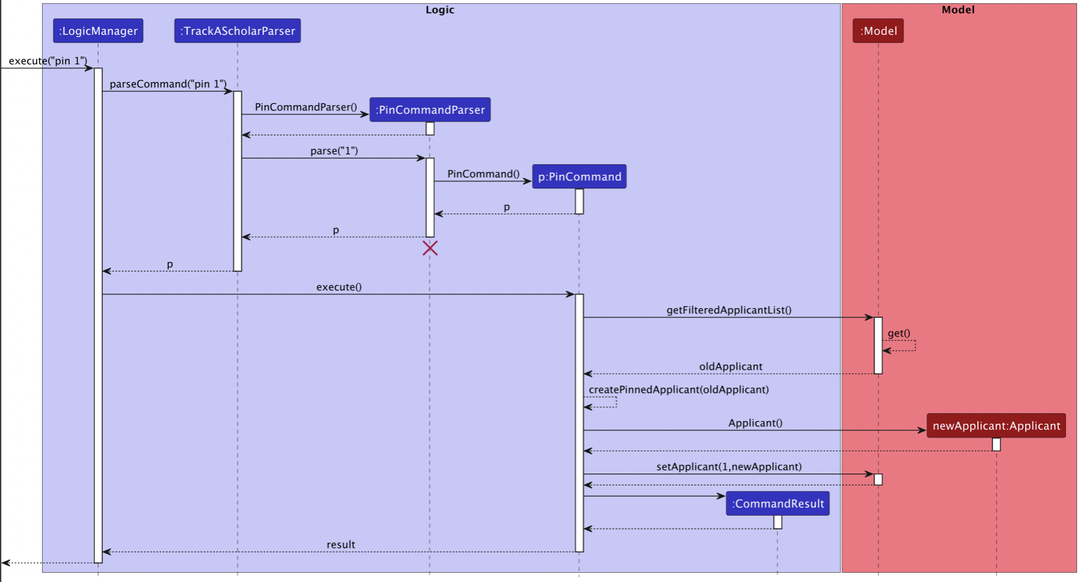
This is docs/images/PinSequenceDiagram.png from nus-cs2103-AY2223S1/tp, a PlantUML export, as it was before one commit. Its source is kept beside it as docs/diagrams/PinSequenceDiagram.puml. The source it was exported from:
```plantuml
@startuml
!include style.puml

box Logic LOGIC_COLOR_T1
participant ":LogicManager" as LogicManager LOGIC_COLOR
participant ":TrackAScholarParser" as TrackAScholarParser LOGIC_COLOR
participant ":PinCommandParser" as PinCommandParser LOGIC_COLOR
participant "p:PinCommand" as PinCommand LOGIC_COLOR
participant ":CommandResult" as CommandResult LOGIC_COLOR
end box

box Model MODEL_COLOR_T1
participant ":Model" as Model MODEL_COLOR
participant "newApplicant:Applicant" as Applicant MODEL_COLOR
end box

[-> LogicManager : execute("pin 1")
activate LogicManager

LogicManager -> TrackAScholarParser : parseCommand("pin 1")
activate TrackAScholarParser

create PinCommandParser
TrackAScholarParser -> PinCommandParser: PinCommandParser()
activate PinCommandParser

PinCommandParser --> TrackAScholarParser
deactivate PinCommandParser

TrackAScholarParser -> PinCommandParser : parse("1")
activate PinCommandParser

create PinCommand
PinCommandParser -> PinCommand : PinCommand()
activate PinCommand

PinCommand --> PinCommandParser : p
deactivate PinCommand

PinCommandParser --> TrackAScholarParser : p
deactivate PinCommandParser
PinCommandParser -[hidden]-> TrackAScholarParser
destroy PinCommandParser

TrackAScholarParser --> LogicManager : p
deactivate TrackAScholarParser

LogicManager -> PinCommand : execute()
activate PinCommand

PinCommand -> Model : getFilteredApplicantList()
activate Model
Model --> Model : get()
Model --> PinCommand : oldApplicant
deactivate Model

PinCommand --> PinCommand : createPinnedApplicant(oldApplicant)

create Applicant
PinCommand -> Applicant : Applicant()
activate Applicant

Applicant --> PinCommand
deactivate Applicant

PinCommand -> Model : setApplicant(1,newApplicant)
activate Model

Model --> PinCommand
deactivate Model

create CommandResult
PinCommand -> CommandResult
activate CommandResult

CommandResult --> PinCommand
deactivate CommandResult

PinCommand --> LogicManager : result
deactivate PinCommand

[<--LogicManager
deactivate LogicManager
@enduml
```
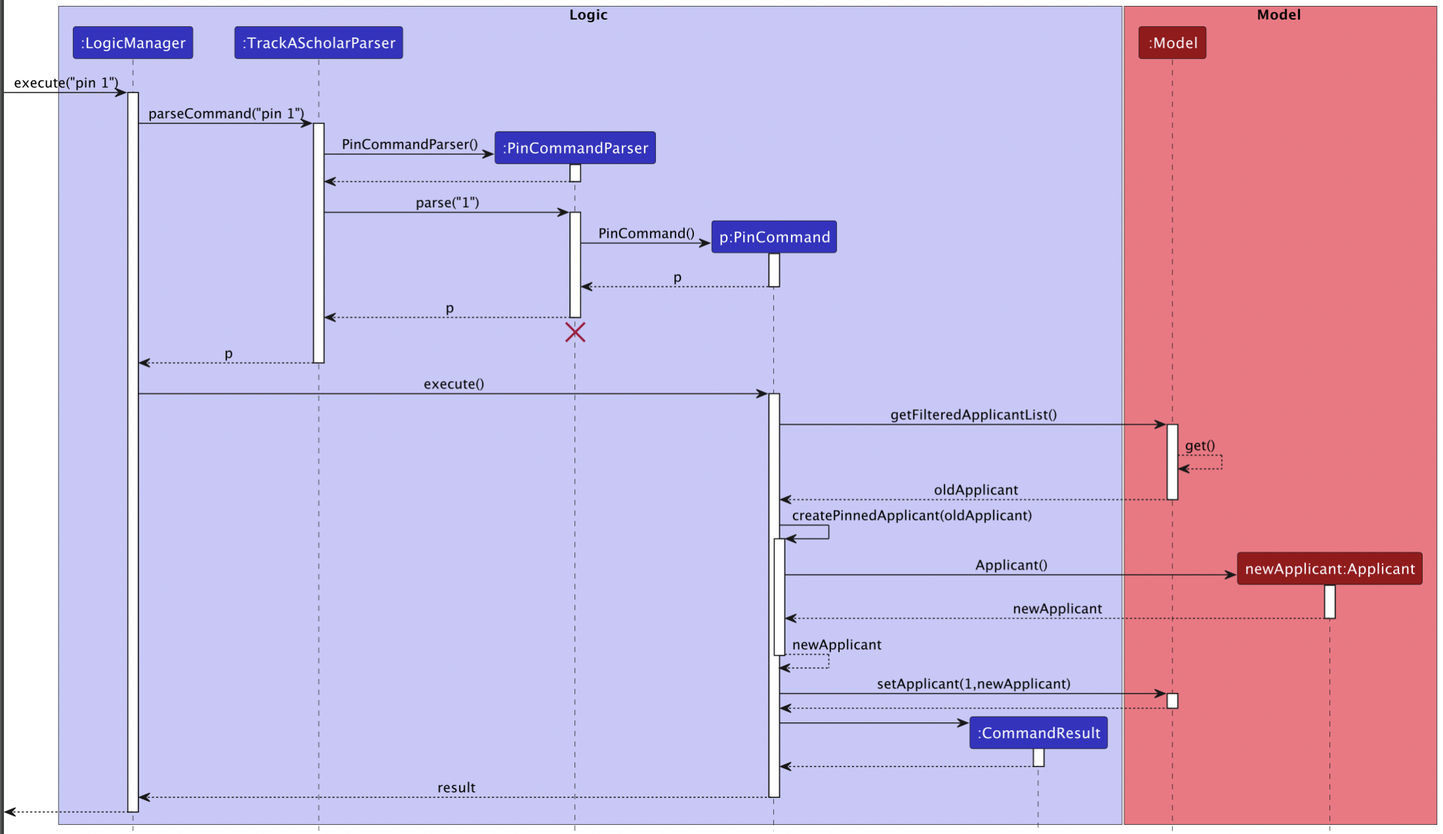
The same diagram one commit later.

Commit message:
Update sequence diagrams

The edit, as a diff of the source:
```diff
@@ -54,14 +54,18 @@
 Model --> PinCommand : oldApplicant
 deactivate Model
 
-PinCommand --> PinCommand : createPinnedApplicant(oldApplicant)
+PinCommand -> PinCommand : createPinnedApplicant(oldApplicant)
+activate PinCommand
 
 create Applicant
 PinCommand -> Applicant : Applicant()
 activate Applicant
 
-Applicant --> PinCommand
+Applicant --> PinCommand : newApplicant
 deactivate Applicant
+
+PinCommand --> PinCommand : newApplicant
+deactivate PinCommand
 
 PinCommand -> Model : setApplicant(1,newApplicant)
 activate Model
```
